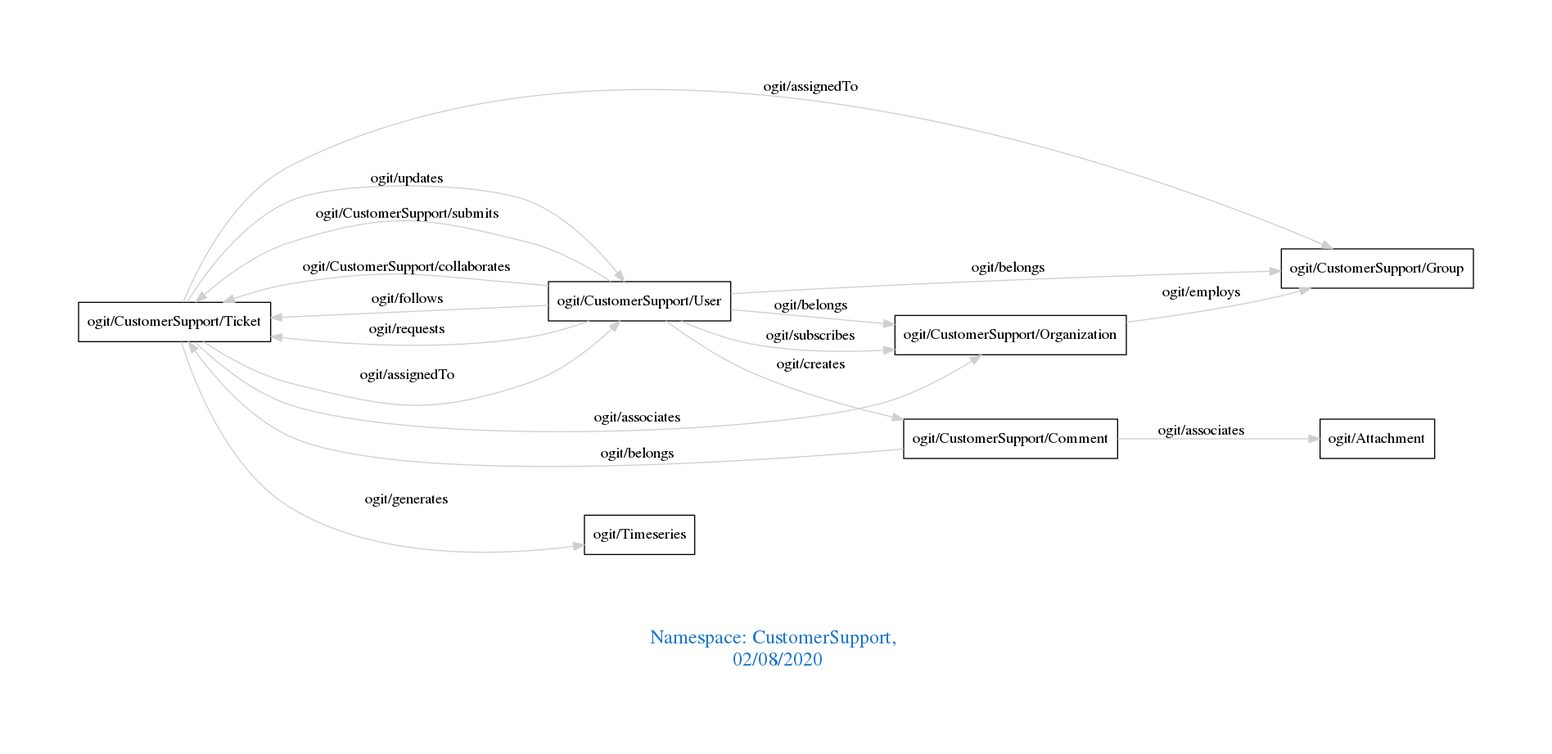
Before: downloads/CustomerSupport.png, a diagram exported from Graphviz (arago/OGIT). Its source is kept beside it as downloads/CustomerSupport.dot.
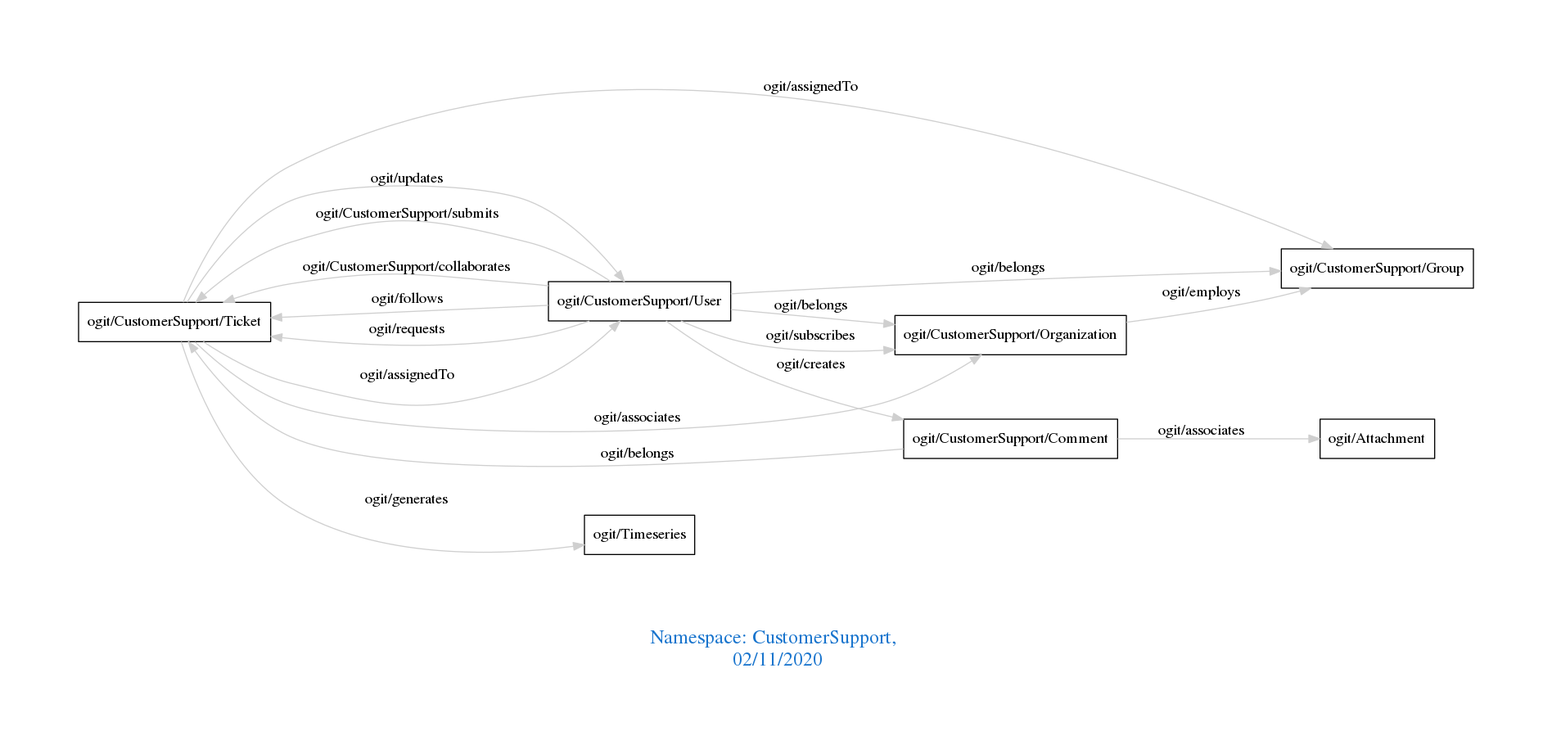
After the change.

What changed in the source:
```diff
@@ -1,7 +1,7 @@
 digraph OGIT_ontology {
  graph [ rankdir= LR,pad=1
 fontsize = 18,
-fontcolor= dodgerblue3,label = "\n\n\nNamespace: CustomerSupport, \n 02/08/2020"];
+fontcolor= dodgerblue3,label = "\n\n\nNamespace: CustomerSupport, \n 02/11/2020"];
 node[shape=polygon];
 edge [  color="gray81"];
 
```
